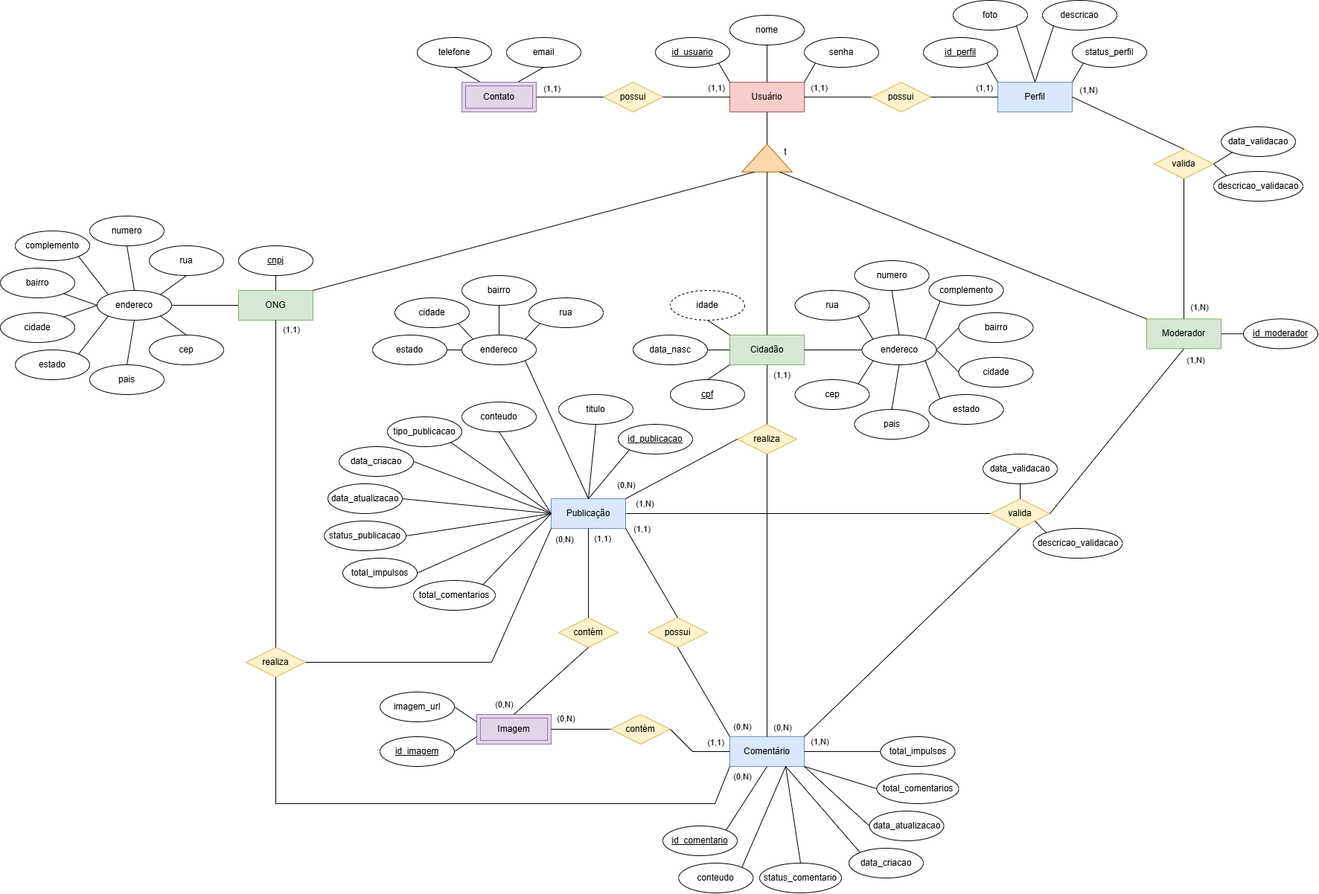
Above: DOCUMENTACAO/PetMap - Modelo Conceitual.drawio.png in arthurpansera/PetMap (draw.io), before the change. Source tidied: cells renumbered, new cells last; positions are measured from the earlier drawing's top-left corner, leaving out a move shared by most shapes.
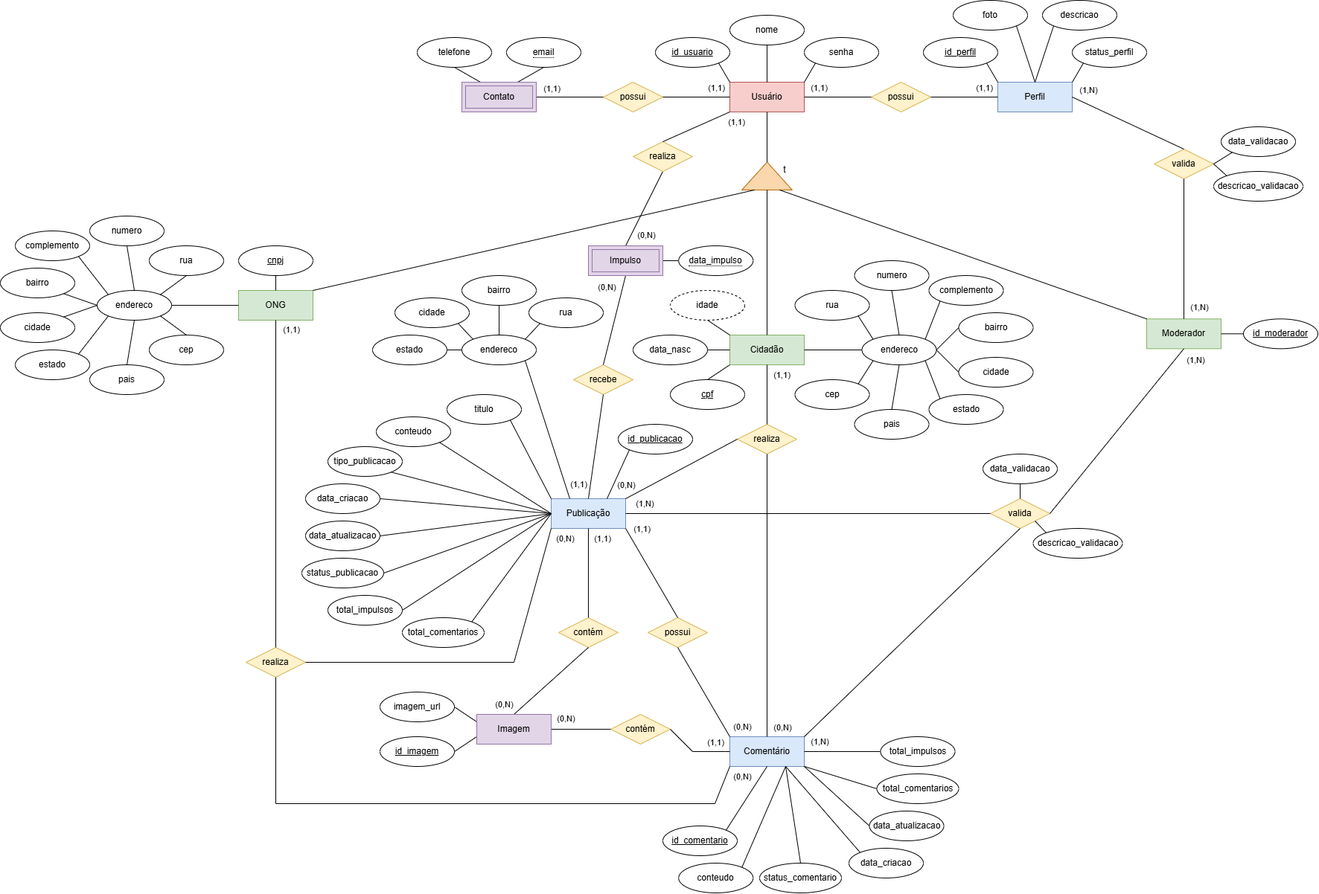
After the commit.

The edit, as a diff of the source:
```diff
@@ -27,7 +27,7 @@
       <mxGeometry relative="1" as="geometry" />
     </mxCell>
     <mxCell id="10" style="triangle;whiteSpace=wrap;html=1;rotation=-90;fillColor=#fad7ac;strokeColor=#b46504;" parent="1" vertex="1">
-      <mxGeometry x="1011.2" y="178.2" width="37.5" height="67.7" as="geometry" />
+      <mxGeometry x="1011.2" y="202.3" width="37.5" height="67.7" as="geometry" />
     </mxCell>
     <mxCell id="11" style="endArrow=none;html=1;rounded=0;exitX=0.5;exitY=1;exitDx=0;exitDy=0;entryX=1;entryY=0.5;entryDx=0;entryDy=0;" parent="1" edge="1" source="2" target="10">
       <mxGeometry relative="1" as="geometry" />
@@ -100,17 +100,14 @@
     <mxCell id="31" value="telefone" style="ellipse;whiteSpace=wrap;html=1;align=center;" parent="1" vertex="1">
       <mxGeometry x="560" y="50" width="100" height="40" as="geometry" />
     </mxCell>
-    <mxCell id="32" value="email" style="ellipse;whiteSpace=wrap;html=1;align=center;" parent="1" vertex="1">
-      <mxGeometry x="680" y="50" width="100" height="40" as="geometry" />
-    </mxCell>
     <mxCell id="33" style="endArrow=none;html=1;rounded=0;exitX=0.5;exitY=1;exitDx=0;exitDy=0;entryX=0.25;entryY=0;entryDx=0;entryDy=0;" parent="1" edge="1" source="31" target="77">
       <mxGeometry relative="1" as="geometry" />
     </mxCell>
-    <mxCell id="34" style="endArrow=none;html=1;rounded=0;exitX=0.5;exitY=1;exitDx=0;exitDy=0;entryX=0.75;entryY=0;entryDx=0;entryDy=0;" parent="1" edge="1" source="32" target="77">
+    <mxCell id="34" style="endArrow=none;html=1;rounded=0;entryX=0.75;entryY=0;entryDx=0;entryDy=0;exitX=0.5;exitY=1;exitDx=0;exitDy=0;" parent="1" edge="1" source="32" target="77">
       <mxGeometry relative="1" as="geometry" />
     </mxCell>
     <mxCell id="35" value="t" style="text;html=1;align=center;verticalAlign=middle;whiteSpace=wrap;rounded=0;" parent="1" vertex="1">
-      <mxGeometry x="1044.8" y="192.2" width="20" height="23.8" as="geometry" />
+      <mxGeometry x="1043.5" y="216.2" width="20" height="23.8" as="geometry" />
     </mxCell>
     <mxCell id="36" value="id_moderador" style="ellipse;whiteSpace=wrap;html=1;align=center;fontStyle=4;" parent="1" vertex="1">
       <mxGeometry x="1670" y="428.3" width="100" height="40" as="geometry" />
@@ -228,16 +225,16 @@
       <mxGeometry x="830" y="570" width="100" height="40" as="geometry" />
     </mxCell>
     <mxCell id="73" value="titulo" style="ellipse;whiteSpace=wrap;html=1;align=center;" parent="1" vertex="1">
-      <mxGeometry x="750" y="530" width="100" height="40" as="geometry" />
+      <mxGeometry x="600" y="530" width="100" height="40" as="geometry" />
     </mxCell>
     <mxCell id="74" value="conteudo" style="ellipse;whiteSpace=wrap;html=1;align=center;" parent="1" vertex="1">
-      <mxGeometry x="620" y="540" width="100" height="40" as="geometry" />
+      <mxGeometry x="505" y="560" width="100" height="40" as="geometry" />
     </mxCell>
     <mxCell id="75" value="data_criacao" style="ellipse;whiteSpace=wrap;html=1;align=center;" parent="1" vertex="1">
-      <mxGeometry x="455" y="600" width="100" height="40" as="geometry" />
+      <mxGeometry x="410" y="650" width="100" height="40" as="geometry" />
     </mxCell>
     <mxCell id="76" value="status_publicacao" style="ellipse;whiteSpace=wrap;html=1;align=center;" parent="1" vertex="1">
-      <mxGeometry x="435" y="700" width="110" height="40" as="geometry" />
+      <mxGeometry x="405" y="750" width="110" height="40" as="geometry" />
     </mxCell>
     <mxCell id="77" value="Contato" style="shape=ext;margin=3;double=1;whiteSpace=wrap;html=1;align=center;fillColor=#e1d5e7;strokeColor=#9673a6;" parent="1" vertex="1">
       <mxGeometry x="620" y="110" width="100" height="40" as="geometry" />
@@ -302,9 +299,6 @@
     <mxCell id="97" value="Comentário" style="whiteSpace=wrap;html=1;align=center;fillColor=#dae8fc;strokeColor=#6c8ebf;" parent="1" vertex="1">
       <mxGeometry x="980" y="990" width="100" height="40" as="geometry" />
     </mxCell>
-    <mxCell id="98" value="Imagem" style="shape=ext;margin=3;double=1;whiteSpace=wrap;html=1;align=center;fillColor=#e1d5e7;strokeColor=#9673a6;" parent="1" vertex="1">
-      <mxGeometry x="640" y="960" width="100" height="40" as="geometry" />
-    </mxCell>
     <mxCell id="99" value="conteudo" style="ellipse;whiteSpace=wrap;html=1;align=center;" parent="1" vertex="1">
       <mxGeometry x="911.2" y="1160" width="100" height="40" as="geometry" />
     </mxCell>
@@ -420,13 +414,13 @@
     <mxCell id="128" style="endArrow=none;html=1;rounded=0;exitX=1;exitY=0.5;exitDx=0;exitDy=0;entryX=0;entryY=1;entryDx=0;entryDy=0;" parent="1" edge="1" source="71" target="69">
       <mxGeometry relative="1" as="geometry">
         <Array as="points">
-          <mxPoint x="660" y="890" />
+          <mxPoint x="690" y="890" />
         </Array>
       </mxGeometry>
     </mxCell>
     <mxCell id="129" value="(0,N)" style="edgeLabel;html=1;align=center;verticalAlign=middle;" parent="128" vertex="1">
       <mxGeometry x="0.73" y="3" relative="1" as="geometry">
-        <mxPoint x="44" y="-40" as="offset" />
+        <mxPoint x="37" y="-46" as="offset" />
       </mxGeometry>
     </mxCell>
     <mxCell id="130" value="endereco" style="ellipse;whiteSpace=wrap;html=1;align=center;" parent="1" vertex="1">
@@ -535,7 +529,7 @@
       <mxGeometry relative="1" as="geometry" />
     </mxCell>
     <mxCell id="161" value="data_atualizacao" style="ellipse;whiteSpace=wrap;html=1;align=center;" parent="1" vertex="1">
-      <mxGeometry x="440" y="650" width="100" height="40" as="geometry" />
+      <mxGeometry x="410" y="700" width="100" height="40" as="geometry" />
     </mxCell>
     <mxCell id="162" value="descricao_validacao" style="ellipse;whiteSpace=wrap;html=1;align=center;" parent="1" vertex="1">
       <mxGeometry x="1630" y="230" width="120" height="40" as="geometry" />
@@ -550,27 +544,27 @@
       <mxGeometry relative="1" as="geometry" />
     </mxCell>
     <mxCell id="166" value="tipo_publicacao" style="ellipse;whiteSpace=wrap;html=1;align=center;" parent="1" vertex="1">
-      <mxGeometry x="520" y="560" width="100" height="40" as="geometry" />
+      <mxGeometry x="440" y="600" width="100" height="40" as="geometry" />
     </mxCell>
     <mxCell id="167" value="total_impulsos" style="ellipse;whiteSpace=wrap;html=1;align=center;" parent="1" vertex="1">
-      <mxGeometry x="460" y="750" width="100" height="40" as="geometry" />
+      <mxGeometry x="440" y="800" width="100" height="40" as="geometry" />
     </mxCell>
     <mxCell id="168" value="total_comentarios" style="ellipse;whiteSpace=wrap;html=1;align=center;" parent="1" vertex="1">
-      <mxGeometry x="555" y="780" width="110" height="40" as="geometry" />
+      <mxGeometry x="540" y="830" width="110" height="40" as="geometry" />
     </mxCell>
     <mxCell id="169" style="endArrow=none;html=1;rounded=0;entryX=1;entryY=0;entryDx=0;entryDy=0;exitX=0;exitY=1;exitDx=0;exitDy=0;" parent="1" edge="1" source="132" target="130">
       <mxGeometry relative="1" as="geometry" />
     </mxCell>
-    <mxCell id="170" style="endArrow=none;html=1;rounded=0;exitX=0.5;exitY=0;exitDx=0;exitDy=0;entryX=1;entryY=1;entryDx=0;entryDy=0;" parent="1" edge="1" source="69" target="130">
+    <mxCell id="170" style="endArrow=none;html=1;rounded=0;exitX=0.25;exitY=0;exitDx=0;exitDy=0;entryX=1;entryY=1;entryDx=0;entryDy=0;" parent="1" edge="1" source="69" target="130">
       <mxGeometry relative="1" as="geometry" />
     </mxCell>
-    <mxCell id="171" style="endArrow=none;html=1;rounded=0;entryX=0;entryY=1;entryDx=0;entryDy=0;exitX=0.5;exitY=0;exitDx=0;exitDy=0;" parent="1" edge="1" source="69" target="72">
+    <mxCell id="171" style="endArrow=none;html=1;rounded=0;entryX=0;entryY=1;entryDx=0;entryDy=0;exitX=0.75;exitY=0;exitDx=0;exitDy=0;" parent="1" edge="1" source="69" target="72">
       <mxGeometry relative="1" as="geometry" />
     </mxCell>
-    <mxCell id="172" style="endArrow=none;html=1;rounded=0;exitX=0.5;exitY=0;exitDx=0;exitDy=0;entryX=0.5;entryY=1;entryDx=0;entryDy=0;" parent="1" edge="1" source="69" target="73">
+    <mxCell id="172" style="endArrow=none;html=1;rounded=0;exitX=0;exitY=0;exitDx=0;exitDy=0;entryX=1;entryY=1;entryDx=0;entryDy=0;" parent="1" edge="1" source="69" target="73">
       <mxGeometry relative="1" as="geometry" />
     </mxCell>
-    <mxCell id="173" style="endArrow=none;html=1;rounded=0;entryX=0.5;entryY=1;entryDx=0;entryDy=0;exitX=0;exitY=0.5;exitDx=0;exitDy=0;" parent="1" edge="1" source="69" target="74">
+    <mxCell id="173" style="endArrow=none;html=1;rounded=0;entryX=1;entryY=1;entryDx=0;entryDy=0;exitX=0;exitY=0.5;exitDx=0;exitDy=0;" parent="1" edge="1" source="69" target="74">
       <mxGeometry relative="1" as="geometry" />
     </mxCell>
     <mxCell id="174" style="endArrow=none;html=1;rounded=0;entryX=1;entryY=0.5;entryDx=0;entryDy=0;exitX=0;exitY=0.5;exitDx=0;exitDy=0;" parent="1" edge="1" source="69" target="161">
@@ -609,5 +603,60 @@
     <mxCell id="185" style="endArrow=none;html=1;rounded=0;entryX=0;entryY=0.5;entryDx=0;entryDy=0;exitX=1;exitY=1;exitDx=0;exitDy=0;" parent="1" edge="1" source="97" target="182">
       <mxGeometry relative="1" as="geometry" />
     </mxCell>
+    <mxCell id="186" style="endArrow=none;html=1;rounded=0;entryX=0.5;entryY=1;entryDx=0;entryDy=0;exitX=0.5;exitY=0;exitDx=0;exitDy=0;" parent="1" edge="1" source="198" target="193">
+      <mxGeometry relative="1" as="geometry" />
+    </mxCell>
+    <mxCell id="187" value="(0,N)" style="edgeLabel;html=1;align=center;verticalAlign=middle;" parent="186" vertex="1">
+      <mxGeometry x="-0.71" y="2" relative="1" as="geometry">
+        <mxPoint x="22" as="offset" />
+      </mxGeometry>
+    </mxCell>
+    <mxCell id="188" value="recebe" style="shape=rhombus;perimeter=rhombusPerimeter;whiteSpace=wrap;html=1;align=center;fillColor=#fff2cc;strokeColor=#d6b656;" parent="1" vertex="1">
+      <mxGeometry x="770" y="490" width="80" height="40" as="geometry" />
+    </mxCell>
+    <mxCell id="189" style="endArrow=none;html=1;rounded=0;exitX=0.5;exitY=0;exitDx=0;exitDy=0;entryX=0.5;entryY=1;entryDx=0;entryDy=0;" parent="1" edge="1" source="69" target="188">
+      <mxGeometry relative="1" as="geometry" />
+    </mxCell>
+    <mxCell id="190" value="(1,1)" style="edgeLabel;html=1;align=center;verticalAlign=middle;" parent="189" vertex="1">
+      <mxGeometry x="-0.79" relative="1" as="geometry">
+        <mxPoint x="-16" y="-5" as="offset" />
+      </mxGeometry>
+    </mxCell>
+    <mxCell id="191" style="endArrow=none;html=1;rounded=0;exitX=0.5;exitY=0;exitDx=0;exitDy=0;entryX=0.5;entryY=1;entryDx=0;entryDy=0;" parent="1" edge="1" source="188" target="198">
+      <mxGeometry relative="1" as="geometry" />
+    </mxCell>
+    <mxCell id="192" value="(0,N)" style="edgeLabel;html=1;align=center;verticalAlign=middle;" parent="191" vertex="1">
+      <mxGeometry x="-0.72" y="-3" relative="1" as="geometry">
+        <mxPoint x="-3" y="-89" as="offset" />
+      </mxGeometry>
+    </mxCell>
+    <mxCell id="193" value="realiza" style="shape=rhombus;perimeter=rhombusPerimeter;whiteSpace=wrap;html=1;align=center;fillColor=#fff2cc;strokeColor=#d6b656;" parent="1" vertex="1">
+      <mxGeometry x="850" y="190" width="80" height="40" as="geometry" />
+    </mxCell>
+    <mxCell id="194" style="endArrow=none;html=1;rounded=0;exitX=0.5;exitY=0;exitDx=0;exitDy=0;entryX=0;entryY=1;entryDx=0;entryDy=0;" parent="1" edge="1" source="193" target="2">
+      <mxGeometry relative="1" as="geometry" />
+    </mxCell>
+    <mxCell id="195" value="(1,1)" style="edgeLabel;html=1;align=center;verticalAlign=middle;" parent="194" vertex="1">
+      <mxGeometry x="0.48" relative="1" as="geometry">
+        <mxPoint x="31" y="3" as="offset" />
+      </mxGeometry>
+    </mxCell>
+    <mxCell id="196" style="endArrow=none;html=1;rounded=0;exitX=1;exitY=0.5;exitDx=0;exitDy=0;entryX=0;entryY=0.5;entryDx=0;entryDy=0;" parent="1" edge="1" target="197">
+      <mxGeometry relative="1" as="geometry">
+        <mxPoint x="890" y="350" as="sourcePoint" />
+      </mxGeometry>
+    </mxCell>
+    <mxCell id="197" value="&lt;span style=&quot;border-bottom: 1px dotted&quot;&gt;data_impulso&lt;/span&gt;" style="ellipse;whiteSpace=wrap;html=1;align=center;" parent="1" vertex="1">
+      <mxGeometry x="911.2" y="330" width="100" height="40" as="geometry" />
+    </mxCell>
+    <mxCell id="198" value="Impulso" style="shape=ext;margin=3;double=1;whiteSpace=wrap;html=1;align=center;fillColor=#e1d5e7;strokeColor=#9673a6;" parent="1" vertex="1">
+      <mxGeometry x="790" y="330" width="100" height="40" as="geometry" />
+    </mxCell>
+    <mxCell id="98" value="Imagem" style="whiteSpace=wrap;html=1;align=center;fillColor=#e1d5e7;strokeColor=#9673a6;" parent="1" vertex="1">
+      <mxGeometry x="640" y="960" width="100" height="40" as="geometry" />
+    </mxCell>
+    <mxCell id="32" value="&lt;span style=&quot;border-bottom: 1px dotted&quot;&gt;email&lt;/span&gt;" style="ellipse;whiteSpace=wrap;html=1;align=center;" parent="1" vertex="1">
+      <mxGeometry x="680" y="50" width="100" height="40" as="geometry" />
+    </mxCell>
   </root>
 </mxGraphModel>
```
